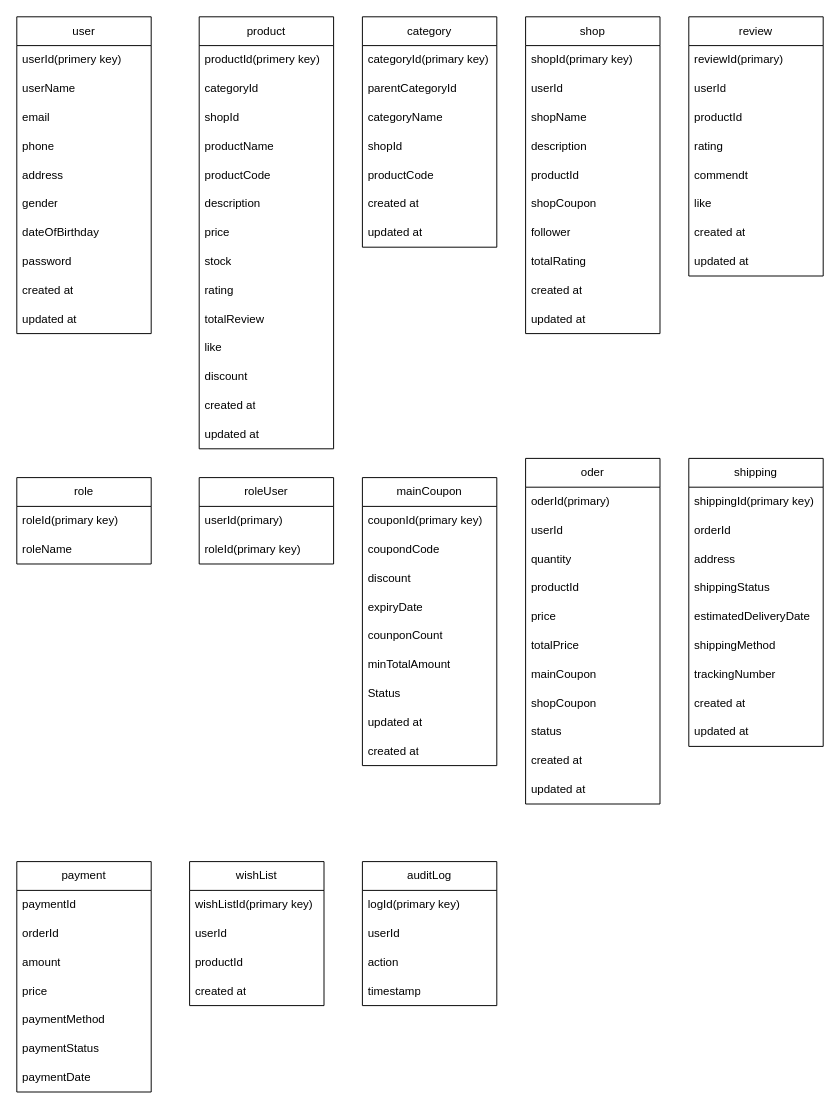
The draw.io diagram .drawio in KenNgoPK/shoppe_backend, before the edit. Source tidied: cells renumbered, new cells numbered last; positions are measured from the earlier drawing's top-left corner, leaving out a move shared by most shapes. Both pictures are drawn from the tidied source at 96%, with x=0, y=0 at pixel (16, 16).
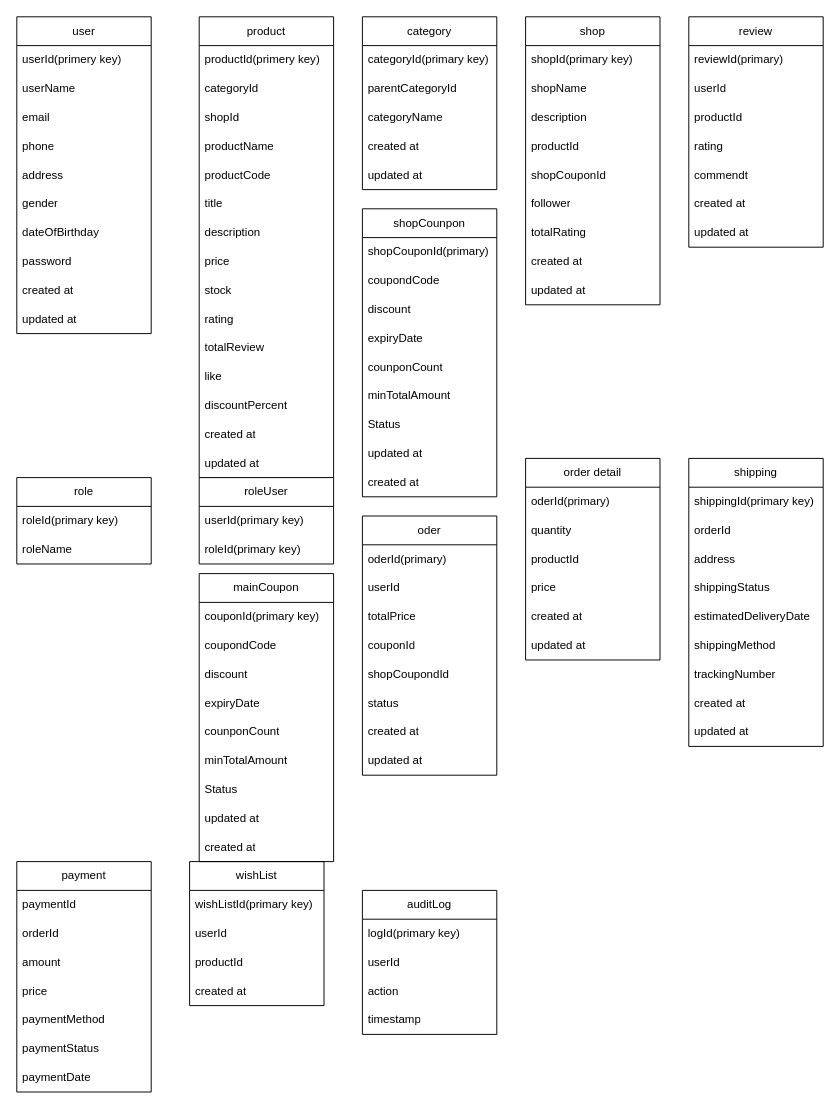
Above is the later version.

Unchanged cells that the change refers to:
```xml
<mxCell id="109" value="roleUser" style="swimlane;fontStyle=0;horizontal=1;startSize=30;whiteSpace=wrap;html=1;" parent="1" vertex="1">
  <mxGeometry x="190" y="480" width="140" height="90" as="geometry" />
</mxCell>
```

Diff of the diagram source:
```diff
@@
     <mxCell id="13" value="product" style="swimlane;fontStyle=0;horizontal=1;startSize=30;whiteSpace=wrap;html=1;" parent="1" vertex="1">
-      <mxGeometry x="190" width="140" height="450" as="geometry" />
+      <mxGeometry x="190" width="140" height="480" as="geometry" />
     </mxCell>
@@
+    <mxCell id="112" value="title" style="text;strokeColor=none;fillColor=none;align=left;verticalAlign=middle;spacingLeft=4;spacingRight=4;overflow=hidden;whiteSpace=wrap;html=1;" parent="13" vertex="1">
+      <mxGeometry y="180" width="140" height="30" as="geometry" />
+    </mxCell>
     <mxCell id="19" value="description" style="text;strokeColor=none;fillColor=none;align=left;verticalAlign=middle;spacingLeft=4;spacingRight=4;overflow=hidden;whiteSpace=wrap;html=1;" parent="13" vertex="1">
-      <mxGeometry y="180" width="140" height="30" as="geometry" />
+      <mxGeometry y="210" width="140" height="30" as="geometry" />
     </mxCell>
     <mxCell id="20" value="price" style="text;strokeColor=none;fillColor=none;align=left;verticalAlign=middle;spacingLeft=4;spacingRight=4;overflow=hidden;whiteSpace=wrap;html=1;" parent="13" vertex="1">
-      <mxGeometry y="210" width="140" height="30" as="geometry" />
+      <mxGeometry y="240" width="140" height="30" as="geometry" />
     </mxCell>
     <mxCell id="21" value="stock" style="text;strokeColor=none;fillColor=none;align=left;verticalAlign=middle;spacingLeft=4;spacingRight=4;overflow=hidden;whiteSpace=wrap;html=1;" parent="13" vertex="1">
-      <mxGeometry y="240" width="140" height="30" as="geometry" />
+      <mxGeometry y="270" width="140" height="30" as="geometry" />
     </mxCell>
     <mxCell id="22" value="rating" style="text;strokeColor=none;fillColor=none;align=left;verticalAlign=middle;spacingLeft=4;spacingRight=4;overflow=hidden;whiteSpace=wrap;html=1;" parent="13" vertex="1">
-      <mxGeometry y="270" width="140" height="30" as="geometry" />
+      <mxGeometry y="300" width="140" height="30" as="geometry" />
     </mxCell>
     <mxCell id="23" value="totalReview" style="text;strokeColor=none;fillColor=none;align=left;verticalAlign=middle;spacingLeft=4;spacingRight=4;overflow=hidden;whiteSpace=wrap;html=1;" parent="13" vertex="1">
-      <mxGeometry y="300" width="140" height="30" as="geometry" />
+      <mxGeometry y="330" width="140" height="30" as="geometry" />
     </mxCell>
     <mxCell id="24" value="like" style="text;strokeColor=none;fillColor=none;align=left;verticalAlign=middle;spacingLeft=4;spacingRight=4;overflow=hidden;whiteSpace=wrap;html=1;" parent="13" vertex="1">
-      <mxGeometry y="330" width="140" height="30" as="geometry" />
+      <mxGeometry y="360" width="140" height="30" as="geometry" />
     </mxCell>
-    <mxCell id="25" value="discount" style="text;strokeColor=none;fillColor=none;align=left;verticalAlign=middle;spacingLeft=4;spacingRight=4;overflow=hidden;whiteSpace=wrap;html=1;" parent="13" vertex="1">
-      <mxGeometry y="360" width="140" height="30" as="geometry" />
+    <mxCell id="25" value="discountPercent" style="text;strokeColor=none;fillColor=none;align=left;verticalAlign=middle;spacingLeft=4;spacingRight=4;overflow=hidden;whiteSpace=wrap;html=1;" parent="13" vertex="1">
+      <mxGeometry y="390" width="140" height="30" as="geometry" />
     </mxCell>
     <mxCell id="26" value="created at" style="text;strokeColor=none;fillColor=none;align=left;verticalAlign=middle;spacingLeft=4;spacingRight=4;overflow=hidden;whiteSpace=wrap;html=1;" parent="13" vertex="1">
-      <mxGeometry y="390" width="140" height="30" as="geometry" />
+      <mxGeometry y="420" width="140" height="30" as="geometry" />
     </mxCell>
     <mxCell id="27" value="updated at" style="text;strokeColor=none;fillColor=none;align=left;verticalAlign=middle;spacingLeft=4;spacingRight=4;overflow=hidden;whiteSpace=wrap;html=1;" parent="13" vertex="1">
-      <mxGeometry y="420" width="140" height="30" as="geometry" />
+      <mxGeometry y="450" width="140" height="30" as="geometry" />
     </mxCell>
     <mxCell id="28" value="category" style="swimlane;fontStyle=0;horizontal=1;startSize=30;whiteSpace=wrap;html=1;" parent="1" vertex="1">
-      <mxGeometry x="360" width="140" height="240" as="geometry" />
+      <mxGeometry x="360" width="140" height="180" as="geometry" />
     </mxCell>
@@
-    <mxCell id="32" value="shopId" style="text;strokeColor=none;fillColor=none;align=left;verticalAlign=middle;spacingLeft=4;spacingRight=4;overflow=hidden;whiteSpace=wrap;html=1;" parent="28" vertex="1">
-      <mxGeometry y="120" width="140" height="30" as="geometry" />
-    </mxCell>
-    <mxCell id="33" value="productCode" style="text;strokeColor=none;fillColor=none;align=left;verticalAlign=middle;spacingLeft=4;spacingRight=4;overflow=hidden;whiteSpace=wrap;html=1;" parent="28" vertex="1">
-      <mxGeometry y="150" width="140" height="30" as="geometry" />
-    </mxCell>
     <mxCell id="34" value="created at" style="text;strokeColor=none;fillColor=none;align=left;verticalAlign=middle;spacingLeft=4;spacingRight=4;overflow=hidden;whiteSpace=wrap;html=1;" parent="28" vertex="1">
-      <mxGeometry y="180" width="140" height="30" as="geometry" />
+      <mxGeometry y="120" width="140" height="30" as="geometry" />
     </mxCell>
     <mxCell id="35" value="updated at" style="text;strokeColor=none;fillColor=none;align=left;verticalAlign=middle;spacingLeft=4;spacingRight=4;overflow=hidden;whiteSpace=wrap;html=1;" parent="28" vertex="1">
-      <mxGeometry y="210" width="140" height="30" as="geometry" />
+      <mxGeometry y="150" width="140" height="30" as="geometry" />
     </mxCell>
     <mxCell id="36" value="shop" style="swimlane;fontStyle=0;horizontal=1;startSize=30;whiteSpace=wrap;html=1;" parent="1" vertex="1">
-      <mxGeometry x="530" width="140" height="330" as="geometry" />
+      <mxGeometry x="530" width="140" height="300" as="geometry" />
     </mxCell>
@@
-    <mxCell id="38" value="userId" style="text;strokeColor=none;fillColor=none;align=left;verticalAlign=middle;spacingLeft=4;spacingRight=4;overflow=hidden;whiteSpace=wrap;html=1;" parent="36" vertex="1">
-      <mxGeometry y="60" width="140" height="30" as="geometry" />
-    </mxCell>
     <mxCell id="39" value="shopName" style="text;strokeColor=none;fillColor=none;align=left;verticalAlign=middle;spacingLeft=4;spacingRight=4;overflow=hidden;whiteSpace=wrap;html=1;" parent="36" vertex="1">
-      <mxGeometry y="90" width="140" height="30" as="geometry" />
+      <mxGeometry y="60" width="140" height="30" as="geometry" />
     </mxCell>
     <mxCell id="40" value="description" style="text;strokeColor=none;fillColor=none;align=left;verticalAlign=middle;spacingLeft=4;spacingRight=4;overflow=hidden;whiteSpace=wrap;html=1;" parent="36" vertex="1">
-      <mxGeometry y="120" width="140" height="30" as="geometry" />
+      <mxGeometry y="90" width="140" height="30" as="geometry" />
     </mxCell>
     <mxCell id="41" value="productId" style="text;strokeColor=none;fillColor=none;align=left;verticalAlign=middle;spacingLeft=4;spacingRight=4;overflow=hidden;whiteSpace=wrap;html=1;" parent="36" vertex="1">
-      <mxGeometry y="150" width="140" height="30" as="geometry" />
+      <mxGeometry y="120" width="140" height="30" as="geometry" />
     </mxCell>
-    <mxCell id="42" value="shopCoupon" style="text;strokeColor=none;fillColor=none;align=left;verticalAlign=middle;spacingLeft=4;spacingRight=4;overflow=hidden;whiteSpace=wrap;html=1;" parent="36" vertex="1">
-      <mxGeometry y="180" width="140" height="30" as="geometry" />
+    <mxCell id="42" value="shopCouponId" style="text;strokeColor=none;fillColor=none;align=left;verticalAlign=middle;spacingLeft=4;spacingRight=4;overflow=hidden;whiteSpace=wrap;html=1;" parent="36" vertex="1">
+      <mxGeometry y="150" width="140" height="30" as="geometry" />
     </mxCell>
     <mxCell id="43" value="follower" style="text;strokeColor=none;fillColor=none;align=left;verticalAlign=middle;spacingLeft=4;spacingRight=4;overflow=hidden;whiteSpace=wrap;html=1;" parent="36" vertex="1">
-      <mxGeometry y="210" width="140" height="30" as="geometry" />
+      <mxGeometry y="180" width="140" height="30" as="geometry" />
     </mxCell>
     <mxCell id="44" value="totalRating" style="text;strokeColor=none;fillColor=none;align=left;verticalAlign=middle;spacingLeft=4;spacingRight=4;overflow=hidden;whiteSpace=wrap;html=1;" parent="36" vertex="1">
-      <mxGeometry y="240" width="140" height="30" as="geometry" />
+      <mxGeometry y="210" width="140" height="30" as="geometry" />
     </mxCell>
     <mxCell id="45" value="created at" style="text;strokeColor=none;fillColor=none;align=left;verticalAlign=middle;spacingLeft=4;spacingRight=4;overflow=hidden;whiteSpace=wrap;html=1;" parent="36" vertex="1">
-      <mxGeometry y="270" width="140" height="30" as="geometry" />
+      <mxGeometry y="240" width="140" height="30" as="geometry" />
     </mxCell>
     <mxCell id="46" value="updated at" style="text;strokeColor=none;fillColor=none;align=left;verticalAlign=middle;spacingLeft=4;spacingRight=4;overflow=hidden;whiteSpace=wrap;html=1;" parent="36" vertex="1">
-      <mxGeometry y="300" width="140" height="30" as="geometry" />
+      <mxGeometry y="270" width="140" height="30" as="geometry" />
     </mxCell>
-    <mxCell id="47" value="oder" style="swimlane;fontStyle=0;horizontal=1;startSize=30;whiteSpace=wrap;html=1;" parent="1" vertex="1">
-      <mxGeometry x="530" y="460" width="140" height="360" as="geometry" />
+    <mxCell id="47" value="order detail" style="swimlane;fontStyle=0;horizontal=1;startSize=30;whiteSpace=wrap;html=1;" parent="1" vertex="1">
+      <mxGeometry x="530" y="460" width="140" height="210" as="geometry" />
     </mxCell>
@@
-    <mxCell id="49" value="userId" style="text;strokeColor=none;fillColor=none;align=left;verticalAlign=middle;spacingLeft=4;spacingRight=4;overflow=hidden;whiteSpace=wrap;html=1;" parent="47" vertex="1">
-      <mxGeometry y="60" width="140" height="30" as="geometry" />
-    </mxCell>
     <mxCell id="50" value="quantity" style="text;strokeColor=none;fillColor=none;align=left;verticalAlign=middle;spacingLeft=4;spacingRight=4;overflow=hidden;whiteSpace=wrap;html=1;" parent="47" vertex="1">
-      <mxGeometry y="90" width="140" height="30" as="geometry" />
+      <mxGeometry y="60" width="140" height="30" as="geometry" />
     </mxCell>
     <mxCell id="51" value="productId" style="text;strokeColor=none;fillColor=none;align=left;verticalAlign=middle;spacingLeft=4;spacingRight=4;overflow=hidden;whiteSpace=wrap;html=1;" parent="47" vertex="1">
-      <mxGeometry y="120" width="140" height="30" as="geometry" />
+      <mxGeometry y="90" width="140" height="30" as="geometry" />
     </mxCell>
     <mxCell id="52" value="price" style="text;strokeColor=none;fillColor=none;align=left;verticalAlign=middle;spacingLeft=4;spacingRight=4;overflow=hidden;whiteSpace=wrap;html=1;" parent="47" vertex="1">
-      <mxGeometry y="150" width="140" height="30" as="geometry" />
+      <mxGeometry y="120" width="140" height="30" as="geometry" />
     </mxCell>
-    <mxCell id="53" value="totalPrice" style="text;strokeColor=none;fillColor=none;align=left;verticalAlign=middle;spacingLeft=4;spacingRight=4;overflow=hidden;whiteSpace=wrap;html=1;" parent="47" vertex="1">
-      <mxGeometry y="180" width="140" height="30" as="geometry" />
-    </mxCell>
-    <mxCell id="54" value="mainCoupon" style="text;strokeColor=none;fillColor=none;align=left;verticalAlign=middle;spacingLeft=4;spacingRight=4;overflow=hidden;whiteSpace=wrap;html=1;" parent="47" vertex="1">
-      <mxGeometry y="210" width="140" height="30" as="geometry" />
-    </mxCell>
-    <mxCell id="55" value="shopCoupon" style="text;strokeColor=none;fillColor=none;align=left;verticalAlign=middle;spacingLeft=4;spacingRight=4;overflow=hidden;whiteSpace=wrap;html=1;" parent="47" vertex="1">
-      <mxGeometry y="240" width="140" height="30" as="geometry" />
-    </mxCell>
-    <mxCell id="56" value="status" style="text;strokeColor=none;fillColor=none;align=left;verticalAlign=middle;spacingLeft=4;spacingRight=4;overflow=hidden;whiteSpace=wrap;html=1;" parent="47" vertex="1">
-      <mxGeometry y="270" width="140" height="30" as="geometry" />
-    </mxCell>
     <mxCell id="57" value="created at" style="text;strokeColor=none;fillColor=none;align=left;verticalAlign=middle;spacingLeft=4;spacingRight=4;overflow=hidden;whiteSpace=wrap;html=1;" parent="47" vertex="1">
-      <mxGeometry y="300" width="140" height="30" as="geometry" />
+      <mxGeometry y="150" width="140" height="30" as="geometry" />
     </mxCell>
     <mxCell id="58" value="updated at" style="text;strokeColor=none;fillColor=none;align=left;verticalAlign=middle;spacingLeft=4;spacingRight=4;overflow=hidden;whiteSpace=wrap;html=1;" parent="47" vertex="1">
-      <mxGeometry y="330" width="140" height="30" as="geometry" />
+      <mxGeometry y="180" width="140" height="30" as="geometry" />
     </mxCell>
@@
     <mxCell id="69" value="review" style="swimlane;fontStyle=0;horizontal=1;startSize=30;whiteSpace=wrap;html=1;" parent="1" vertex="1">
-      <mxGeometry x="700" width="140" height="270" as="geometry" />
+      <mxGeometry x="700" width="140" height="240" as="geometry" />
     </mxCell>
@@
-    <mxCell id="75" value="like" style="text;strokeColor=none;fillColor=none;align=left;verticalAlign=middle;spacingLeft=4;spacingRight=4;overflow=hidden;whiteSpace=wrap;html=1;" parent="69" vertex="1">
-      <mxGeometry y="180" width="140" height="30" as="geometry" />
-    </mxCell>
     <mxCell id="76" value="created at" style="text;strokeColor=none;fillColor=none;align=left;verticalAlign=middle;spacingLeft=4;spacingRight=4;overflow=hidden;whiteSpace=wrap;html=1;" parent="69" vertex="1">
-      <mxGeometry y="210" width="140" height="30" as="geometry" />
+      <mxGeometry y="180" width="140" height="30" as="geometry" />
     </mxCell>
     <mxCell id="77" value="updated at" style="text;strokeColor=none;fillColor=none;align=left;verticalAlign=middle;spacingLeft=4;spacingRight=4;overflow=hidden;whiteSpace=wrap;html=1;" parent="69" vertex="1">
-      <mxGeometry y="240" width="140" height="30" as="geometry" />
+      <mxGeometry y="210" width="140" height="30" as="geometry" />
     </mxCell>
@@
     <mxCell id="83" value="mainCoupon" style="swimlane;fontStyle=0;horizontal=1;startSize=30;whiteSpace=wrap;html=1;" parent="1" vertex="1">
-      <mxGeometry x="360" y="480" width="140" height="300" as="geometry" />
+      <mxGeometry x="190" y="580" width="140" height="300" as="geometry" />
     </mxCell>
@@
     <mxCell id="93" value="auditLog" style="swimlane;fontStyle=0;horizontal=1;startSize=30;whiteSpace=wrap;html=1;" parent="1" vertex="1">
-      <mxGeometry x="360" y="880" width="140" height="150" as="geometry" />
+      <mxGeometry x="360" y="910" width="140" height="150" as="geometry" />
     </mxCell>
@@
-    <mxCell id="110" value="userId(primary)" style="text;strokeColor=none;fillColor=none;align=left;verticalAlign=middle;spacingLeft=4;spacingRight=4;overflow=hidden;whiteSpace=wrap;html=1;" parent="109" vertex="1">
+    <mxCell id="110" value="userId(primary key)" style="text;strokeColor=none;fillColor=none;align=left;verticalAlign=middle;spacingLeft=4;spacingRight=4;overflow=hidden;whiteSpace=wrap;html=1;" parent="109" vertex="1">
       <mxGeometry y="30" width="140" height="30" as="geometry" />
     </mxCell>
@@
+    <mxCell id="113" value="shopCounpon" style="swimlane;fontStyle=0;horizontal=1;startSize=30;whiteSpace=wrap;html=1;" parent="1" vertex="1">
+      <mxGeometry x="360" y="200" width="140" height="300" as="geometry" />
+    </mxCell>
+    <mxCell id="114" value="shopCouponId(primary)" style="text;strokeColor=none;fillColor=none;align=left;verticalAlign=middle;spacingLeft=4;spacingRight=4;overflow=hidden;whiteSpace=wrap;html=1;" parent="113" vertex="1">
+      <mxGeometry y="30" width="140" height="30" as="geometry" />
+    </mxCell>
+    <mxCell id="115" value="coupondCode" style="text;strokeColor=none;fillColor=none;align=left;verticalAlign=middle;spacingLeft=4;spacingRight=4;overflow=hidden;whiteSpace=wrap;html=1;" parent="113" vertex="1">
+      <mxGeometry y="60" width="140" height="30" as="geometry" />
+    </mxCell>
+    <mxCell id="116" value="discount" style="text;strokeColor=none;fillColor=none;align=left;verticalAlign=middle;spacingLeft=4;spacingRight=4;overflow=hidden;whiteSpace=wrap;html=1;" parent="113" vertex="1">
+      <mxGeometry y="90" width="140" height="30" as="geometry" />
+    </mxCell>
+    <mxCell id="117" value="expiryDate" style="text;strokeColor=none;fillColor=none;align=left;verticalAlign=middle;spacingLeft=4;spacingRight=4;overflow=hidden;whiteSpace=wrap;html=1;" parent="113" vertex="1">
+      <mxGeometry y="120" width="140" height="30" as="geometry" />
+    </mxCell>
+    <mxCell id="118" value="counponCount" style="text;strokeColor=none;fillColor=none;align=left;verticalAlign=middle;spacingLeft=4;spacingRight=4;overflow=hidden;whiteSpace=wrap;html=1;" parent="113" vertex="1">
+      <mxGeometry y="150" width="140" height="30" as="geometry" />
+    </mxCell>
+    <mxCell id="119" value="minTotalAmount" style="text;strokeColor=none;fillColor=none;align=left;verticalAlign=middle;spacingLeft=4;spacingRight=4;overflow=hidden;whiteSpace=wrap;html=1;" parent="113" vertex="1">
+      <mxGeometry y="180" width="140" height="30" as="geometry" />
+    </mxCell>
+    <mxCell id="120" value="Status" style="text;strokeColor=none;fillColor=none;align=left;verticalAlign=middle;spacingLeft=4;spacingRight=4;overflow=hidden;whiteSpace=wrap;html=1;" parent="113" vertex="1">
+      <mxGeometry y="210" width="140" height="30" as="geometry" />
+    </mxCell>
+    <mxCell id="121" value="updated at" style="text;strokeColor=none;fillColor=none;align=left;verticalAlign=middle;spacingLeft=4;spacingRight=4;overflow=hidden;whiteSpace=wrap;html=1;" parent="113" vertex="1">
+      <mxGeometry y="240" width="140" height="30" as="geometry" />
+    </mxCell>
+    <mxCell id="122" value="created at" style="text;strokeColor=none;fillColor=none;align=left;verticalAlign=middle;spacingLeft=4;spacingRight=4;overflow=hidden;whiteSpace=wrap;html=1;" parent="113" vertex="1">
+      <mxGeometry y="270" width="140" height="30" as="geometry" />
+    </mxCell>
+    <mxCell id="123" value="oder" style="swimlane;fontStyle=0;horizontal=1;startSize=30;whiteSpace=wrap;html=1;" parent="1" vertex="1">
+      <mxGeometry x="360" y="520" width="140" height="270" as="geometry" />
+    </mxCell>
+    <mxCell id="124" value="oderId(primary)" style="text;strokeColor=none;fillColor=none;align=left;verticalAlign=middle;spacingLeft=4;spacingRight=4;overflow=hidden;whiteSpace=wrap;html=1;" parent="123" vertex="1">
+      <mxGeometry y="30" width="140" height="30" as="geometry" />
+    </mxCell>
+    <mxCell id="125" value="userId" style="text;strokeColor=none;fillColor=none;align=left;verticalAlign=middle;spacingLeft=4;spacingRight=4;overflow=hidden;whiteSpace=wrap;html=1;" parent="123" vertex="1">
+      <mxGeometry y="60" width="140" height="30" as="geometry" />
+    </mxCell>
+    <mxCell id="53" value="totalPrice" style="text;strokeColor=none;fillColor=none;align=left;verticalAlign=middle;spacingLeft=4;spacingRight=4;overflow=hidden;whiteSpace=wrap;html=1;" parent="123" vertex="1">
+      <mxGeometry y="90" width="140" height="30" as="geometry" />
+    </mxCell>
+    <mxCell id="126" value="couponId" style="text;strokeColor=none;fillColor=none;align=left;verticalAlign=middle;spacingLeft=4;spacingRight=4;overflow=hidden;whiteSpace=wrap;html=1;" parent="123" vertex="1">
+      <mxGeometry y="120" width="140" height="30" as="geometry" />
+    </mxCell>
+    <mxCell id="127" value="shopCoupondId" style="text;strokeColor=none;fillColor=none;align=left;verticalAlign=middle;spacingLeft=4;spacingRight=4;overflow=hidden;whiteSpace=wrap;html=1;" parent="123" vertex="1">
+      <mxGeometry y="150" width="140" height="30" as="geometry" />
+    </mxCell>
+    <mxCell id="56" value="status" style="text;strokeColor=none;fillColor=none;align=left;verticalAlign=middle;spacingLeft=4;spacingRight=4;overflow=hidden;whiteSpace=wrap;html=1;" parent="123" vertex="1">
+      <mxGeometry y="180" width="140" height="30" as="geometry" />
+    </mxCell>
+    <mxCell id="128" value="created at" style="text;strokeColor=none;fillColor=none;align=left;verticalAlign=middle;spacingLeft=4;spacingRight=4;overflow=hidden;whiteSpace=wrap;html=1;" parent="123" vertex="1">
+      <mxGeometry y="210" width="140" height="30" as="geometry" />
+    </mxCell>
+    <mxCell id="129" value="updated at" style="text;strokeColor=none;fillColor=none;align=left;verticalAlign=middle;spacingLeft=4;spacingRight=4;overflow=hidden;whiteSpace=wrap;html=1;" parent="123" vertex="1">
+      <mxGeometry y="240" width="140" height="30" as="geometry" />
+    </mxCell>
```
